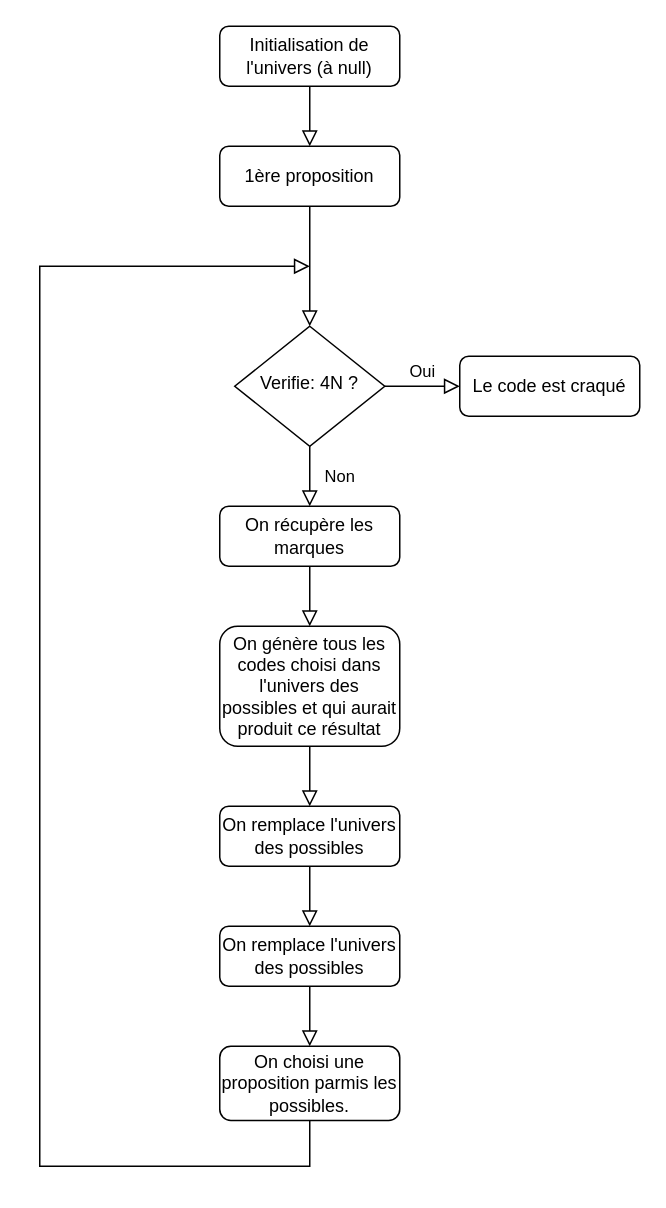
Earlier version of the draw.io diagram Documentation/DecodeFlux.drawio (jpphi/Unity_2023-01_Mastermind). Source tidied: cells renumbered, new cells numbered last; positions are measured from the earlier drawing's top-left corner, leaving out a move shared by most shapes. Both pictures are drawn from the tidied source at 150%, with x=0, y=0 at pixel (39, 26).
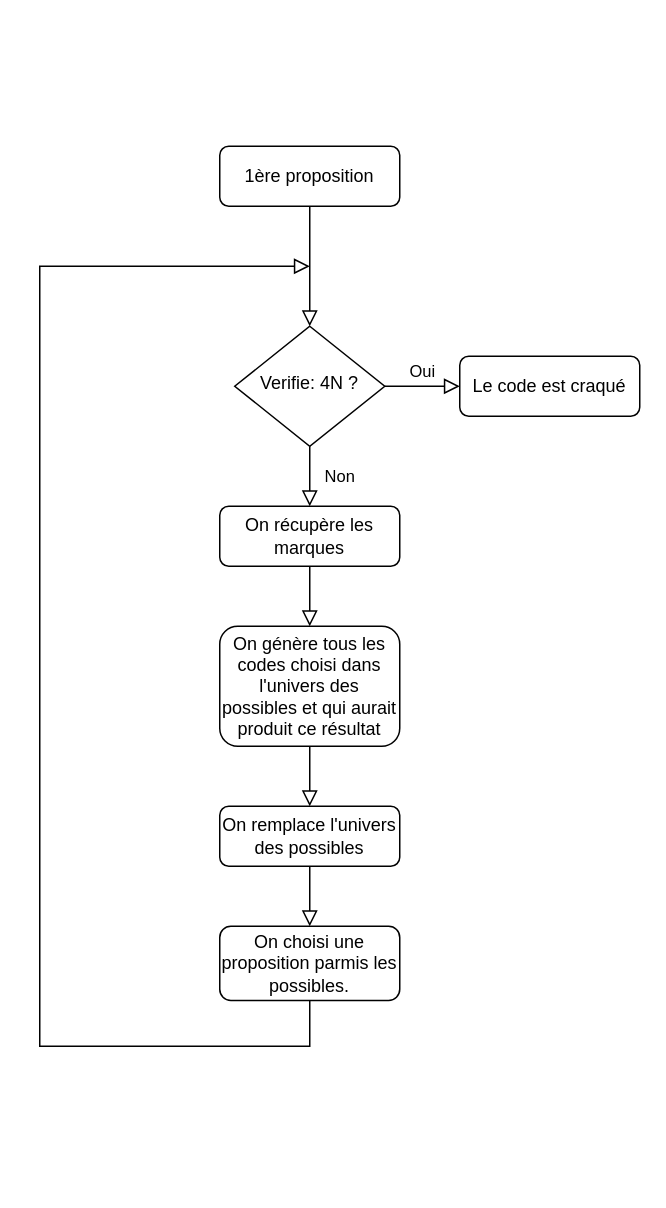
The same page after the edit.

Unchanged cells that the change refers to:
```xml
<mxCell id="3" value="1ère proposition" style="rounded=1;whiteSpace=wrap;html=1;fontSize=12;glass=0;strokeWidth=1;shadow=0;" parent="1" vertex="1">
  <mxGeometry x="120" y="80" width="120" height="40" as="geometry" />
</mxCell>
<mxCell id="11" value="On remplace l'univers des possibles" style="rounded=1;whiteSpace=wrap;html=1;fontSize=12;glass=0;strokeWidth=1;shadow=0;" parent="1" vertex="1">
  <mxGeometry x="120" y="520" width="120" height="40" as="geometry" />
</mxCell>
```

The edit, as a diff of the source:
```diff
@@
-    <mxCell id="13" style="rounded=0;html=1;jettySize=auto;fontSize=11;endArrow=block;endFill=0;endSize=8;strokeWidth=1;shadow=0;labelBackgroundColor=none;edgeStyle=orthogonalEdgeStyle;exitX=0.5;exitY=1;exitDx=0;exitDy=0;entryX=0.5;entryY=0;entryDx=0;entryDy=0;" parent="1" edge="1" source="11" target="14">
+    <mxCell id="13" style="rounded=0;html=1;jettySize=auto;fontSize=11;endArrow=block;endFill=0;endSize=8;strokeWidth=1;shadow=0;labelBackgroundColor=none;edgeStyle=orthogonalEdgeStyle;exitX=0.5;exitY=1;exitDx=0;exitDy=0;entryX=0.5;entryY=0;entryDx=0;entryDy=0;" parent="1" edge="1" source="11" target="15">
       <mxGeometry relative="1" as="geometry" />
     </mxCell>
-    <mxCell id="14" value="On remplace l'univers des possibles" style="rounded=1;whiteSpace=wrap;html=1;fontSize=12;glass=0;strokeWidth=1;shadow=0;" parent="1" vertex="1">
-      <mxGeometry x="120" y="600" width="120" height="40" as="geometry" />
-    </mxCell>
     <mxCell id="15" value="On choisi une proposition parmis les possibles." style="rounded=1;whiteSpace=wrap;html=1;fontSize=12;glass=0;strokeWidth=1;shadow=0;" parent="1" vertex="1">
-      <mxGeometry x="120" y="680" width="120" height="49.5" as="geometry" />
+      <mxGeometry x="120" y="600" width="120" height="49.5" as="geometry" />
     </mxCell>
-    <mxCell id="16" style="rounded=0;html=1;jettySize=auto;fontSize=11;endArrow=block;endFill=0;endSize=8;strokeWidth=1;shadow=0;labelBackgroundColor=none;edgeStyle=orthogonalEdgeStyle;exitX=0.5;exitY=1;exitDx=0;exitDy=0;entryX=0.5;entryY=0;entryDx=0;entryDy=0;" parent="1" edge="1" source="14" target="15">
-      <mxGeometry relative="1" as="geometry" />
-    </mxCell>
     <mxCell id="17" style="rounded=0;html=1;jettySize=auto;fontSize=11;endArrow=block;endFill=0;endSize=8;strokeWidth=1;shadow=0;labelBackgroundColor=none;edgeStyle=orthogonalEdgeStyle;exitX=0.5;exitY=1;exitDx=0;exitDy=0;" parent="1" edge="1" source="15">
       <mxGeometry relative="1" as="geometry">
         <mxPoint x="180" y="160" as="targetPoint" />
         <Array as="points">
-          <mxPoint x="180" y="760" />
-          <mxPoint y="760" />
+          <mxPoint x="180" y="680" />
+          <mxPoint y="680" />
           <mxPoint y="160" />
         </Array>
       </mxGeometry>
     </mxCell>
-    <mxCell id="18" value="Initialisation de l'univers (à null)" style="rounded=1;whiteSpace=wrap;html=1;fontSize=12;glass=0;strokeWidth=1;shadow=0;" parent="1" vertex="1">
-      <mxGeometry x="120" width="120" height="40" as="geometry" />
-    </mxCell>
-    <mxCell id="19" style="rounded=0;html=1;jettySize=auto;fontSize=11;endArrow=block;endFill=0;endSize=8;strokeWidth=1;shadow=0;labelBackgroundColor=none;edgeStyle=orthogonalEdgeStyle;exitX=0.5;exitY=1;exitDx=0;exitDy=0;entryX=0.5;entryY=0;entryDx=0;entryDy=0;" parent="1" edge="1" source="18" target="3">
-      <mxGeometry relative="1" as="geometry" />
-    </mxCell>
```
